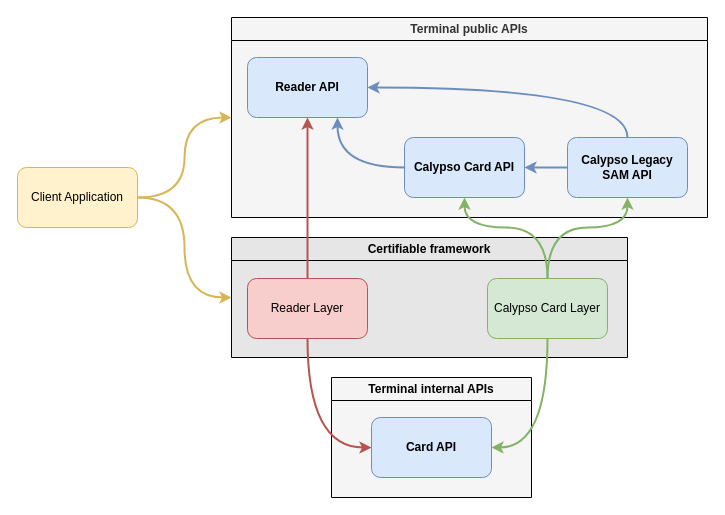
Earlier version of the draw.io diagram static/media/uml/apis_dependencies_overview.drawio (calypsonet/calypsonet-terminal-api-website). Source tidied: cells renumbered, new cells numbered last; positions are measured from the earlier drawing's top-left corner, leaving out a move shared by most shapes. Both pictures are drawn from the tidied source at 100%, with x=0, y=0 at pixel (17, 17).
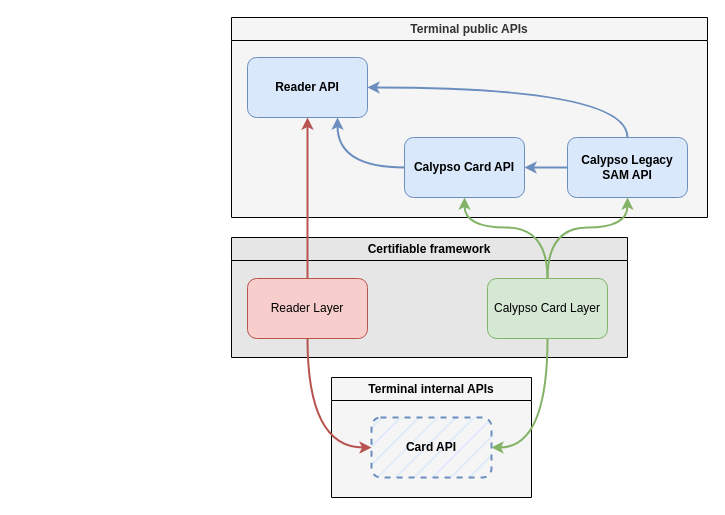
Above is the later version.

Commit message:
docs: release Calypso API 1.6.0

Unchanged cells that the change refers to:
```xml
<mxCell id="2" value="Terminal public APIs" style="swimlane;whiteSpace=wrap;html=1;fillColor=#f5f5f5;fontColor=#333333;strokeColor=#000000;fillStyle=auto;swimlaneFillColor=#F5F5F5;" parent="1" vertex="1">
  <mxGeometry x="214" width="476" height="200" as="geometry" />
</mxCell>
<mxCell id="9" value="Terminal internal APIs" style="swimlane;whiteSpace=wrap;html=1;fillColor=#F5F5F5;swimlaneFillColor=#F5F5F5;" parent="1" vertex="1">
  <mxGeometry x="314" y="360" width="200" height="120" as="geometry" />
</mxCell>
<mxCell id="11" value="Certifiable framework" style="swimlane;whiteSpace=wrap;html=1;fillColor=#E6E6E6;swimlaneFillColor=#E6E6E6;" parent="1" vertex="1">
  <mxGeometry x="214" y="220" width="396" height="120" as="geometry" />
</mxCell>
```

Change to the diagram source:
```diff
@@
-    <mxCell id="10" value="Card API" style="rounded=1;whiteSpace=wrap;html=1;fillColor=#dae8fc;strokeColor=#6c8ebf;fontStyle=1;" parent="9" vertex="1">
+    <mxCell id="10" value="Card API" style="rounded=1;whiteSpace=wrap;html=1;fillColor=#dae8fc;strokeColor=#6c8ebf;fontStyle=1;dashed=1;strokeWidth=2;fillStyle=hatch;" parent="9" vertex="1">
       <mxGeometry x="40" y="40" width="120" height="60" as="geometry" />
     </mxCell>
@@
-    <mxCell id="14" style="edgeStyle=orthogonalEdgeStyle;jettySize=auto;html=1;entryX=0;entryY=0.5;entryDx=0;entryDy=0;curved=1;fillColor=#fff2cc;strokeColor=#d6b656;strokeWidth=2;" parent="1" edge="1" source="16" target="2">
-      <mxGeometry relative="1" as="geometry" />
-    </mxCell>
-    <mxCell id="15" style="edgeStyle=orthogonalEdgeStyle;jettySize=auto;html=1;entryX=0;entryY=0.5;entryDx=0;entryDy=0;curved=1;fillColor=#fff2cc;strokeColor=#d6b656;strokeWidth=2;" parent="1" edge="1" source="16" target="11">
-      <mxGeometry relative="1" as="geometry" />
-    </mxCell>
-    <mxCell id="16" value="Client Application" style="rounded=1;whiteSpace=wrap;html=1;fillColor=#fff2cc;strokeColor=#d6b656;" parent="1" vertex="1">
-      <mxGeometry y="150" width="120" height="60" as="geometry" />
-    </mxCell>
```
